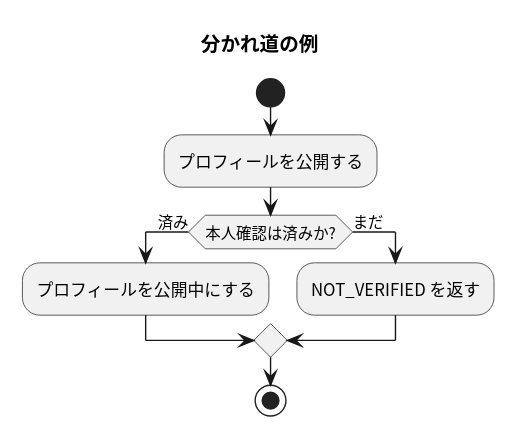
The PlantUML diagram docs/examples/分かれ道.svg in masamasamasato/design-doc-template, before a commit. Its source is kept beside it as docs/examples/分かれ道.puml.
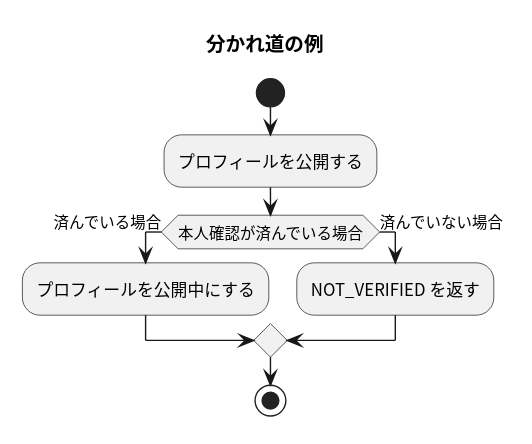
After the commit.

Diff of the diagram source:
```diff
@@ -7,9 +7,9 @@
 
 start
 :プロフィールを公開する;
-if (本人確認は済みか?) then (済み)
+if (本人確認が済んでいる場合) then (済んでいる場合)
   :プロフィールを公開中にする;
-else (まだ)
+else (済んでいない場合)
   :NOT_VERIFIED を返す;
 endif
 stop
```
